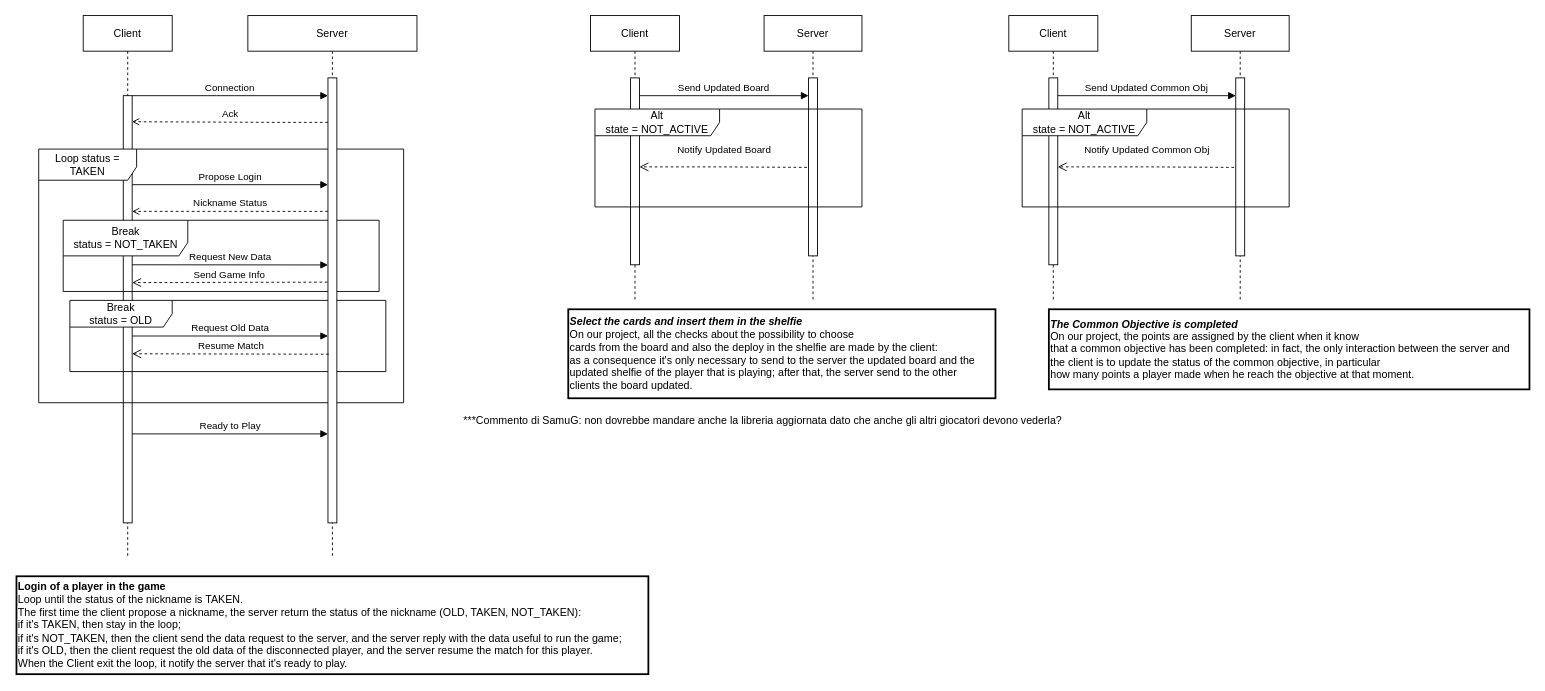
Before: deliveries/Diagrammi UML/Sequence Diagram.drawio in Davide-Ettori/My_Shelfie-Distributed-Online-Game, a draw.io diagram. Source tidied: cells renumbered, new cells numbered last; positions are measured from the earlier drawing's top-left corner, leaving out a move shared by most shapes. Both pictures are drawn from the tidied source at 89%, with x=0, y=0 at pixel (16, 15).
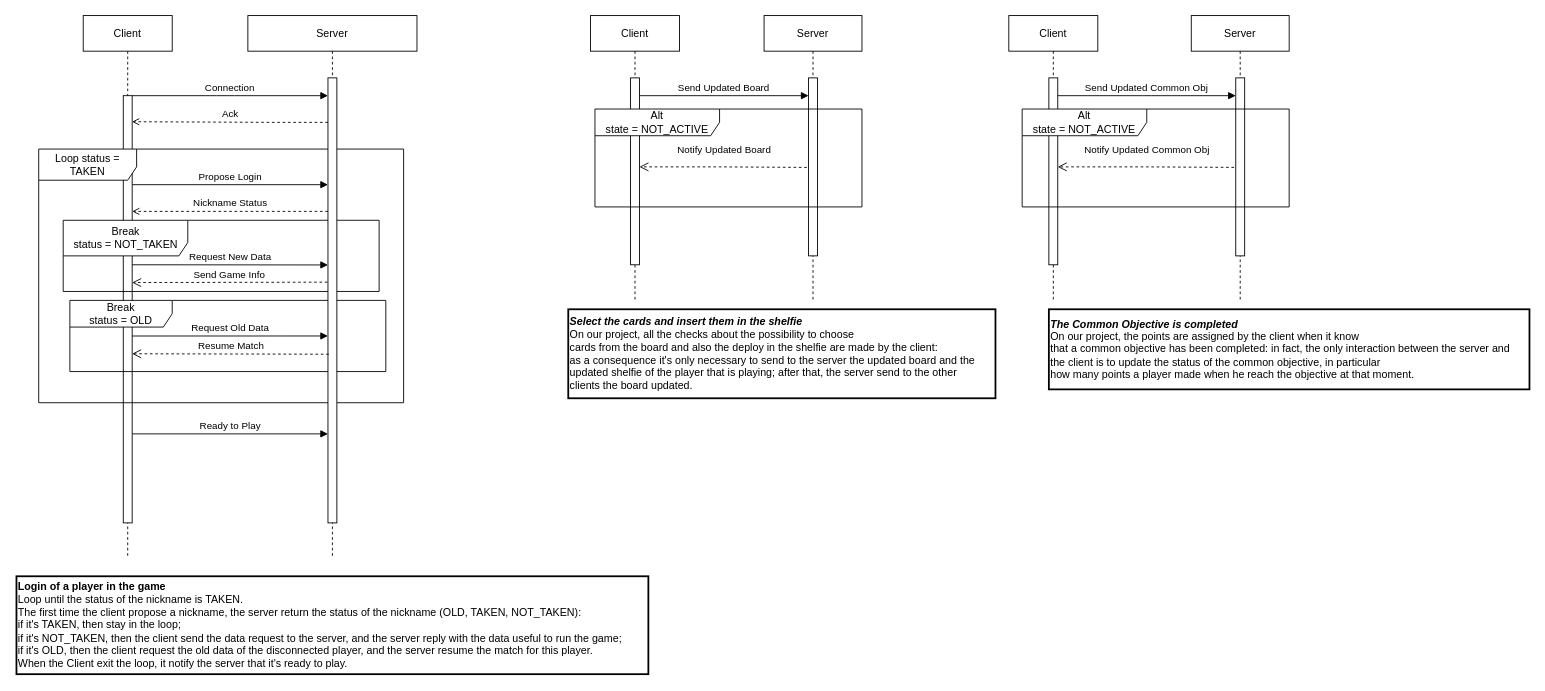
Above is the later version.

Change to the diagram source:
```diff
@@
-    <mxCell id="33" value="***Commento di SamuG: non dovrebbe mandare anche la libreria aggiornata dato che anche gli altri giocatori devono vederla?&amp;nbsp;&lt;br&gt;" style="text;html=1;align=center;verticalAlign=middle;strokeColor=none;fillColor=none;" parent="1" vertex="1">
-      <mxGeometry x="490" y="440" width="700" height="30" as="geometry" />
-    </mxCell>
```
